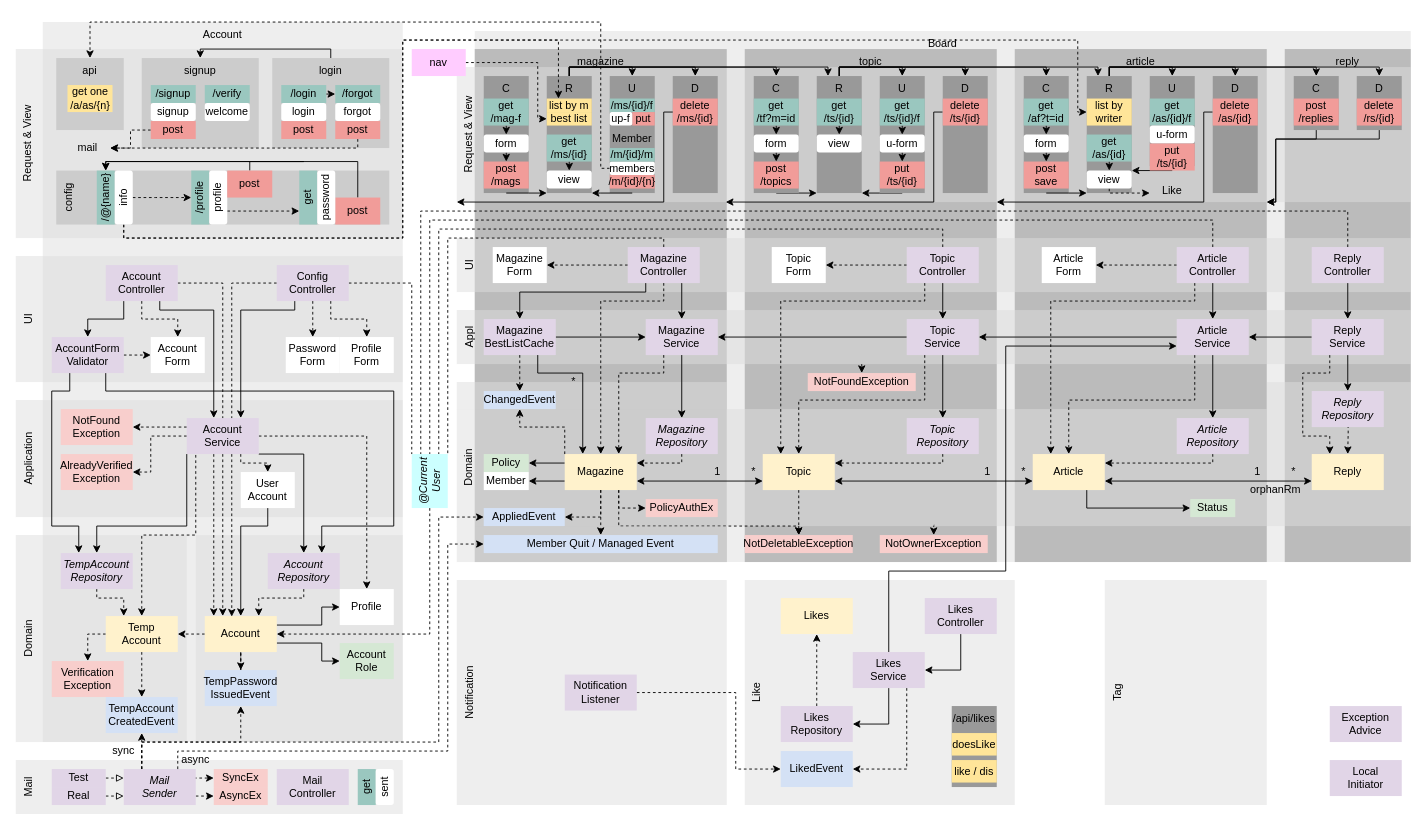
The draw.io diagram diagram.drawio in suloginscene/dinner, before the edit. Source tidied: cells renumbered, new cells numbered last; positions are measured from the earlier drawing's top-left corner, leaving out a move shared by most shapes. Both pictures are drawn from the tidied source at 90%, with x=0, y=0 at pixel (15, 22).
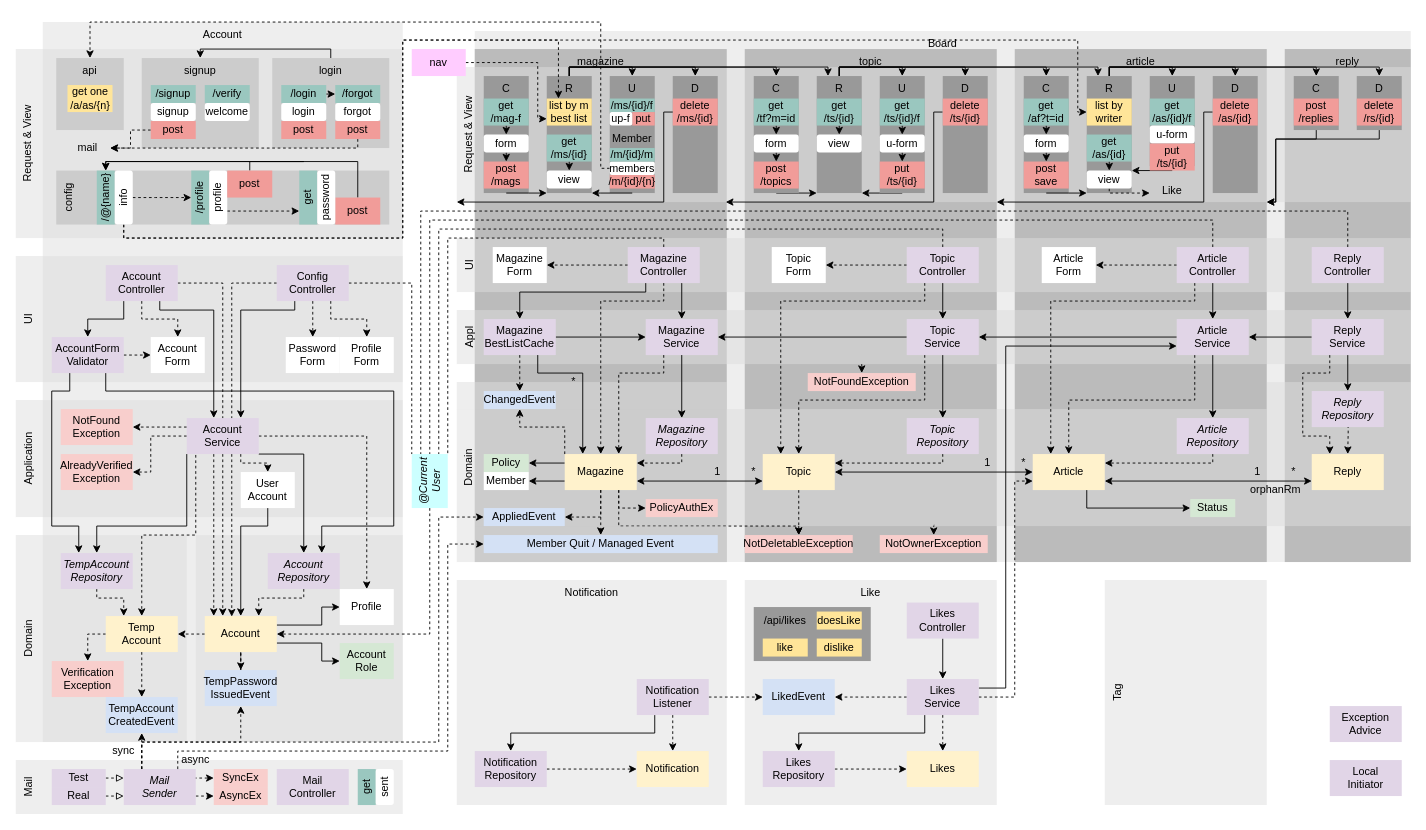
The same page after the edit.

Commit message (it also covers changes not shown here):
[#4] feat: Save notification on liked-event

The change refers to these unchanged cells:
```xml
<mxCell id="132" value="Topic" style="rounded=0;whiteSpace=wrap;html=1;strokeColor=none;fillColor=#FFF2CC;" parent="1" vertex="1">
  <mxGeometry x="830" y="480" width="80" height="40" as="geometry" />
</mxCell>
<mxCell id="159" value="Article&lt;br&gt;Service" style="rounded=0;whiteSpace=wrap;html=1;strokeColor=none;fillColor=#E1D5E7;" parent="1" vertex="1">
  <mxGeometry x="1290" y="330" width="80" height="40" as="geometry" />
</mxCell>
<mxCell id="164" value="Article" style="rounded=0;whiteSpace=wrap;html=1;strokeColor=none;fillColor=#FFF2CC;" parent="1" vertex="1">
  <mxGeometry x="1130" y="480" width="80" height="40" as="geometry" />
</mxCell>
```

What changed in the source:
```diff
@@
-    <mxCell id="162" style="edgeStyle=orthogonalEdgeStyle;rounded=0;jettySize=auto;html=1;exitX=0;exitY=0.75;exitDx=0;exitDy=0;entryX=1;entryY=0.75;entryDx=0;entryDy=0;startArrow=classic;startFill=1;" parent="1" edge="1" source="164" target="132">
+    <mxCell id="162" style="edgeStyle=orthogonalEdgeStyle;rounded=0;jettySize=auto;html=1;exitX=0;exitY=0.5;exitDx=0;exitDy=0;entryX=1;entryY=0.5;entryDx=0;entryDy=0;startArrow=classic;startFill=1;" parent="1" edge="1" source="164" target="132">
       <mxGeometry relative="1" as="geometry" />
     </mxCell>
@@
     <mxCell id="168" value="*" style="rounded=1;whiteSpace=wrap;html=1;strokeColor=none;fillColor=none;" parent="1" vertex="1">
-      <mxGeometry x="1110" y="490" width="20" height="20" as="geometry" />
+      <mxGeometry x="1110" y="480" width="20" height="20" as="geometry" />
     </mxCell>
@@
     <mxCell id="248" value="1" style="rounded=1;whiteSpace=wrap;html=1;strokeColor=none;fillColor=none;" parent="1" vertex="1">
-      <mxGeometry x="1070" y="490" width="20" height="20" as="geometry" />
+      <mxGeometry x="1070" y="480" width="20" height="20" as="geometry" />
     </mxCell>
@@
-    <mxCell id="305" value="Like" style="rounded=0;whiteSpace=wrap;html=1;verticalAlign=top;fillColor=#EEEEEE;strokeColor=none;horizontal=0;" parent="1" vertex="1">
-      <mxGeometry x="810" y="620" width="300" height="250" as="geometry" />
+    <mxCell id="305" value="Like" style="rounded=0;whiteSpace=wrap;html=1;verticalAlign=top;fillColor=#EEEEEE;strokeColor=none;horizontal=1;" parent="1" vertex="1">
+      <mxGeometry x="810" y="620" width="280" height="250" as="geometry" />
     </mxCell>
     <mxCell id="306" value="Likes" style="rounded=0;whiteSpace=wrap;html=1;strokeColor=none;fillColor=#FFF2CC;" parent="1" vertex="1">
-      <mxGeometry x="850" y="640" width="80" height="40" as="geometry" />
+      <mxGeometry x="990" y="810" width="80" height="40" as="geometry" />
     </mxCell>
-    <mxCell id="307" style="edgeStyle=orthogonalEdgeStyle;rounded=0;jettySize=auto;html=1;exitX=0.5;exitY=1;exitDx=0;exitDy=0;entryX=1;entryY=0.5;entryDx=0;entryDy=0;endArrow=classic;endFill=1;" parent="1" edge="1" source="308" target="312">
+    <mxCell id="307" style="edgeStyle=orthogonalEdgeStyle;rounded=0;jettySize=auto;html=1;exitX=0.5;exitY=1;exitDx=0;exitDy=0;entryX=0.5;entryY=0;entryDx=0;entryDy=0;endArrow=classic;endFill=1;" parent="1" edge="1" source="308" target="312">
       <mxGeometry relative="1" as="geometry" />
     </mxCell>
     <mxCell id="308" value="Likes&lt;br&gt;Controller" style="rounded=0;whiteSpace=wrap;html=1;strokeColor=none;fillColor=#E1D5E7;" parent="1" vertex="1">
-      <mxGeometry x="1010" y="640" width="80" height="40" as="geometry" />
+      <mxGeometry x="990" y="645" width="80" height="40" as="geometry" />
     </mxCell>
-    <mxCell id="309" style="edgeStyle=orthogonalEdgeStyle;rounded=0;jettySize=auto;html=1;exitX=0.5;exitY=1;exitDx=0;exitDy=0;entryX=1;entryY=0.5;entryDx=0;entryDy=0;endArrow=classic;endFill=1;" parent="1" edge="1" source="312" target="314">
+    <mxCell id="309" style="edgeStyle=orthogonalEdgeStyle;rounded=0;jettySize=auto;html=1;exitX=0.25;exitY=1;exitDx=0;exitDy=0;entryX=0.5;entryY=0;entryDx=0;entryDy=0;endArrow=classic;endFill=1;" parent="1" edge="1" source="312" target="314">
       <mxGeometry relative="1" as="geometry" />
     </mxCell>
-    <mxCell id="310" style="edgeStyle=orthogonalEdgeStyle;rounded=0;jettySize=auto;html=1;exitX=0.5;exitY=0;exitDx=0;exitDy=0;entryX=0;entryY=0.75;entryDx=0;entryDy=0;endArrow=classic;endFill=1;" parent="1" edge="1" source="312" target="159">
+    <mxCell id="310" style="edgeStyle=orthogonalEdgeStyle;rounded=0;jettySize=auto;html=1;exitX=1;exitY=0.25;exitDx=0;exitDy=0;entryX=0;entryY=0.75;entryDx=0;entryDy=0;endArrow=classic;endFill=1;" parent="1" edge="1" source="312" target="159">
       <mxGeometry relative="1" as="geometry">
         <Array as="points">
-          <mxPoint x="970" y="610" />
-          <mxPoint x="1100" y="610" />
+          <mxPoint x="1100" y="740" />
           <mxPoint x="1100" y="360" />
         </Array>
       </mxGeometry>
     </mxCell>
-    <mxCell id="311" style="edgeStyle=orthogonalEdgeStyle;rounded=0;jettySize=auto;html=1;exitX=0.75;exitY=1;exitDx=0;exitDy=0;entryX=1;entryY=0.5;entryDx=0;entryDy=0;dashed=1;" parent="1" edge="1" source="312" target="320">
-      <mxGeometry relative="1" as="geometry" />
+    <mxCell id="311" style="edgeStyle=orthogonalEdgeStyle;rounded=0;jettySize=auto;html=1;exitX=0;exitY=0.5;exitDx=0;exitDy=0;entryX=1;entryY=0.5;entryDx=0;entryDy=0;dashed=1;" parent="1" edge="1" source="312" target="320">
+      <mxGeometry relative="1" as="geometry">
+        <Array as="points">
+          <mxPoint x="970" y="750" />
+          <mxPoint x="970" y="750" />
+        </Array>
+      </mxGeometry>
     </mxCell>
+    <mxCell id="323" style="edgeStyle=orthogonalEdgeStyle;rounded=0;jettySize=auto;html=1;exitX=0.5;exitY=1;exitDx=0;exitDy=0;dashed=1;" parent="1" edge="1" source="312" target="306">
+      <mxGeometry relative="1" as="geometry" />
+    </mxCell>
+    <mxCell id="324" style="edgeStyle=orthogonalEdgeStyle;rounded=0;jettySize=auto;html=1;exitX=1;exitY=0.5;exitDx=0;exitDy=0;entryX=0;entryY=0.75;entryDx=0;entryDy=0;dashed=1;" parent="1" edge="1" source="312" target="164">
+      <mxGeometry relative="1" as="geometry">
+        <Array as="points">
+          <mxPoint x="1110" y="750" />
+          <mxPoint x="1110" y="510" />
+        </Array>
+      </mxGeometry>
+    </mxCell>
     <mxCell id="312" value="Likes&lt;br&gt;Service" style="rounded=0;whiteSpace=wrap;html=1;strokeColor=none;fillColor=#E1D5E7;" parent="1" vertex="1">
-      <mxGeometry x="930" y="700" width="80" height="40" as="geometry" />
+      <mxGeometry x="990" y="730" width="80" height="40" as="geometry" />
     </mxCell>
-    <mxCell id="313" style="edgeStyle=orthogonalEdgeStyle;rounded=0;jettySize=auto;html=1;exitX=0.5;exitY=0;exitDx=0;exitDy=0;endArrow=classic;endFill=1;dashed=1;" parent="1" edge="1" source="314" target="306">
+    <mxCell id="313" style="edgeStyle=orthogonalEdgeStyle;rounded=0;jettySize=auto;html=1;exitX=1;exitY=0.5;exitDx=0;exitDy=0;endArrow=classic;endFill=1;dashed=1;" parent="1" edge="1" source="314" target="306">
       <mxGeometry relative="1" as="geometry" />
     </mxCell>
     <mxCell id="314" value="Likes&lt;br&gt;Repository" style="rounded=0;whiteSpace=wrap;html=1;strokeColor=none;fillColor=#E1D5E7;" parent="1" vertex="1">
-      <mxGeometry x="850" y="760" width="80" height="40" as="geometry" />
+      <mxGeometry x="830" y="810" width="80" height="40" as="geometry" />
     </mxCell>
-    <mxCell id="315" value="/api/likes" style="rounded=0;whiteSpace=wrap;html=1;verticalAlign=top;strokeColor=none;fillColor=#999999;" parent="1" vertex="1">
-      <mxGeometry x="1040" y="760" width="50" height="90" as="geometry" />
+    <mxCell id="315" style="rounded=0;whiteSpace=wrap;html=1;verticalAlign=top;strokeColor=none;fillColor=#999999;align=left;" parent="1" vertex="1">
+      <mxGeometry x="820" y="650" width="130" height="60" as="geometry" />
     </mxCell>
     <mxCell id="316" value="doesLike" style="rounded=0;whiteSpace=wrap;html=1;fontStyle=0;strokeColor=none;fillColor=#FFE599;" parent="1" vertex="1">
-      <mxGeometry x="1040" y="790" width="50" height="25" as="geometry" />
+      <mxGeometry x="890" y="655" width="50" height="20" as="geometry" />
     </mxCell>
-    <mxCell id="317" value="like / dis" style="rounded=0;whiteSpace=wrap;html=1;fontStyle=0;strokeColor=none;fillColor=#FFE599;" parent="1" vertex="1">
-      <mxGeometry x="1040" y="820" width="50" height="25" as="geometry" />
+    <mxCell id="317" value="like" style="rounded=0;whiteSpace=wrap;html=1;fontStyle=0;strokeColor=none;fillColor=#FFE599;" parent="1" vertex="1">
+      <mxGeometry x="830" y="685" width="50" height="20" as="geometry" />
     </mxCell>
@@
-    <mxCell id="319" value="Notification" style="rounded=0;whiteSpace=wrap;html=1;verticalAlign=top;fillColor=#EEEEEE;strokeColor=none;horizontal=0;" parent="1" vertex="1">
+    <mxCell id="319" value="Notification" style="rounded=0;whiteSpace=wrap;html=1;verticalAlign=top;fillColor=#EEEEEE;strokeColor=none;horizontal=1;" parent="1" vertex="1">
       <mxGeometry x="490" y="620" width="300" height="250" as="geometry" />
     </mxCell>
     <mxCell id="320" value="LikedEvent" style="rounded=0;whiteSpace=wrap;html=1;strokeColor=none;fillColor=#D4E1F5;" parent="1" vertex="1">
-      <mxGeometry x="850" y="810" width="80" height="40" as="geometry" />
+      <mxGeometry x="830" y="730" width="80" height="40" as="geometry" />
     </mxCell>
     <mxCell id="321" style="edgeStyle=orthogonalEdgeStyle;rounded=0;jettySize=auto;html=1;exitX=1;exitY=0.5;exitDx=0;exitDy=0;entryX=0;entryY=0.5;entryDx=0;entryDy=0;dashed=1;" parent="1" edge="1" source="322" target="320">
       <mxGeometry relative="1" as="geometry">
         <Array as="points">
-          <mxPoint x="800" y="745" />
-          <mxPoint x="800" y="830" />
+          <mxPoint x="770" y="750" />
+          <mxPoint x="770" y="750" />
         </Array>
       </mxGeometry>
     </mxCell>
+    <mxCell id="325" style="edgeStyle=orthogonalEdgeStyle;rounded=0;jettySize=auto;html=1;exitX=0.5;exitY=1;exitDx=0;exitDy=0;entryX=0.5;entryY=0;entryDx=0;entryDy=0;dashed=1;" parent="1" edge="1" source="322" target="327">
+      <mxGeometry relative="1" as="geometry" />
+    </mxCell>
+    <mxCell id="326" style="edgeStyle=orthogonalEdgeStyle;rounded=0;jettySize=auto;html=1;exitX=0.25;exitY=1;exitDx=0;exitDy=0;" parent="1" edge="1" source="322" target="331">
+      <mxGeometry relative="1" as="geometry" />
+    </mxCell>
     <mxCell id="322" value="Notification&lt;br&gt;Listener" style="rounded=0;whiteSpace=wrap;html=1;strokeColor=none;fillColor=#E1D5E7;" parent="1" vertex="1">
-      <mxGeometry x="610" y="725" width="80" height="40" as="geometry" />
+      <mxGeometry x="690" y="730" width="80" height="40" as="geometry" />
     </mxCell>
+    <mxCell id="327" value="Notification" style="rounded=0;whiteSpace=wrap;html=1;strokeColor=none;fillColor=#FFF2CC;" parent="1" vertex="1">
+      <mxGeometry x="690" y="810" width="80" height="40" as="geometry" />
+    </mxCell>
+    <mxCell id="328" value="dislike" style="rounded=0;whiteSpace=wrap;html=1;fontStyle=0;strokeColor=none;fillColor=#FFE599;" parent="1" vertex="1">
+      <mxGeometry x="890" y="685" width="50" height="20" as="geometry" />
+    </mxCell>
+    <mxCell id="329" value="/api/likes" style="rounded=0;whiteSpace=wrap;html=1;fontStyle=0;strokeColor=none;fillColor=none;" parent="1" vertex="1">
+      <mxGeometry x="830" y="655" width="50" height="20" as="geometry" />
+    </mxCell>
+    <mxCell id="330" style="edgeStyle=orthogonalEdgeStyle;rounded=0;jettySize=auto;html=1;exitX=1;exitY=0.5;exitDx=0;exitDy=0;entryX=0;entryY=0.5;entryDx=0;entryDy=0;dashed=1;" parent="1" edge="1" source="331" target="327">
+      <mxGeometry relative="1" as="geometry" />
+    </mxCell>
+    <mxCell id="331" value="Notification&lt;br&gt;Repository" style="rounded=0;whiteSpace=wrap;html=1;strokeColor=none;fillColor=#E1D5E7;" parent="1" vertex="1">
+      <mxGeometry x="510" y="810" width="80" height="40" as="geometry" />
+    </mxCell>
```
